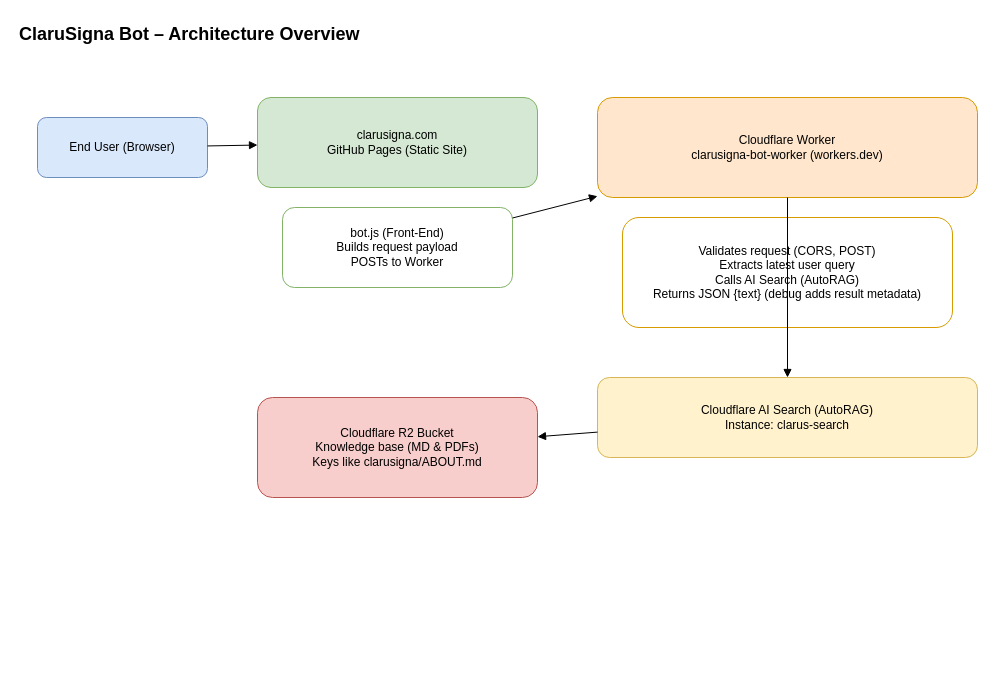
Above: assets/clarusigna-site/clarusigna-architecture.drawio in hpincham/portfolio (draw.io), before the change. Source tidied: cells renumbered, new cells numbered last; positions are measured from the earlier drawing's top-left corner, leaving out a move shared by most shapes. Both pictures are drawn from the tidied source at 100%, with x=0, y=0 at pixel (17, 17).
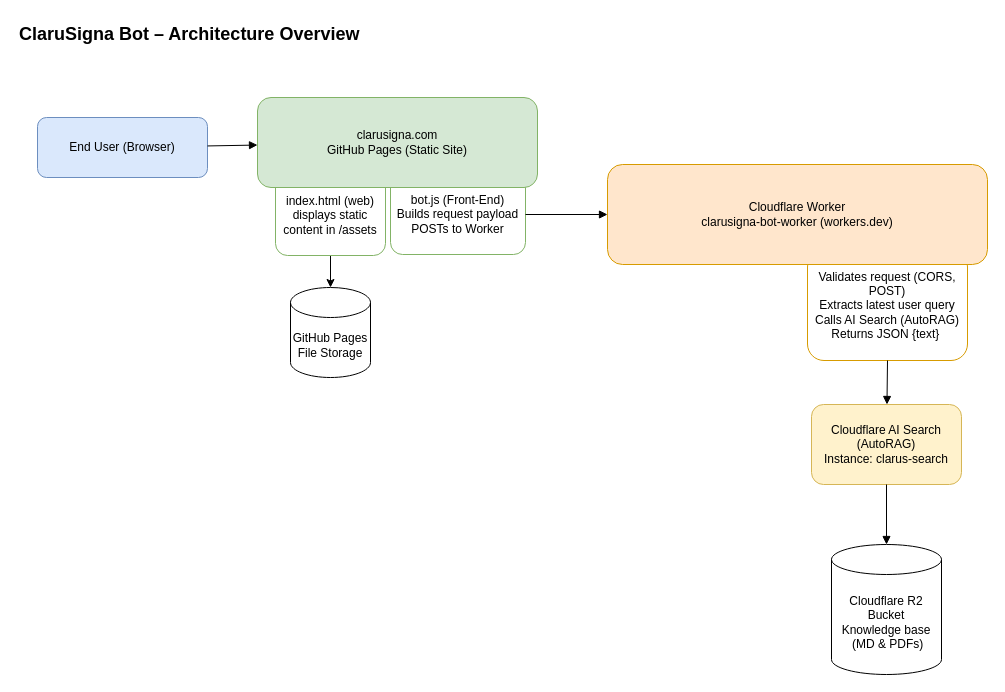
Above is the later version.

Diff of the diagram source:
```diff
@@
 <mxGraphModel>
   <root>
     <mxCell id="0" />
     <mxCell id="1" parent="0" />
+    <mxCell id="14" style="edgeStyle=orthogonalEdgeStyle;rounded=0;jettySize=auto;html=1;" parent="1" edge="1" source="15" target="17">
+      <mxGeometry relative="1" as="geometry" />
+    </mxCell>
+    <mxCell id="15" value="index.html (web) displays static content in /assets" style="rounded=1;whiteSpace=wrap;html=1;fillColor=#ffffff;strokeColor=#82b366;fontSize=12;" parent="1" vertex="1">
+      <mxGeometry x="258" y="158" width="110" height="80" as="geometry" />
+    </mxCell>
+    <mxCell id="5" value="bot.js (Front-End)&#10;Builds request payload&#10;POSTs to Worker" style="rounded=1;whiteSpace=wrap;html=1;fillColor=#ffffff;strokeColor=#82b366;fontSize=12;" parent="1" vertex="1">
+      <mxGeometry x="373" y="157" width="135" height="80" as="geometry" />
+    </mxCell>
+    <mxCell id="7" value="Validates request (CORS, POST)&lt;br&gt;Extracts latest user query&lt;br&gt;Calls AI Search (AutoRAG)&lt;br&gt;Returns JSON {text}&amp;nbsp;" style="rounded=1;whiteSpace=wrap;html=1;fillColor=#ffffff;strokeColor=#d79b00;fontSize=12;" parent="1" vertex="1">
+      <mxGeometry x="790" y="233" width="160" height="110" as="geometry" />
+    </mxCell>
     <mxCell id="2" value="ClaruSigna Bot – Architecture Overview" style="text;html=1;fontSize=18;fontStyle=1;" parent="1" vertex="1">
       <mxGeometry width="900" height="30" as="geometry" />
     </mxCell>
     <mxCell id="3" value="End User (Browser)" style="rounded=1;whiteSpace=wrap;html=1;fillColor=#dae8fc;strokeColor=#6c8ebf;fontSize=12;" parent="1" vertex="1">
       <mxGeometry x="20" y="100" width="170" height="60" as="geometry" />
     </mxCell>
     <mxCell id="4" value="clarusigna.com&#10;GitHub Pages (Static Site)" style="rounded=1;whiteSpace=wrap;html=1;fillColor=#d5e8d4;strokeColor=#82b366;fontSize=12;" parent="1" vertex="1">
       <mxGeometry x="240" y="80" width="280" height="90" as="geometry" />
     </mxCell>
-    <mxCell id="5" value="bot.js (Front-End)&#10;Builds request payload&#10;POSTs to Worker" style="rounded=1;whiteSpace=wrap;html=1;fillColor=#ffffff;strokeColor=#82b366;fontSize=12;" parent="1" vertex="1">
-      <mxGeometry x="265" y="190" width="230" height="80" as="geometry" />
-    </mxCell>
     <mxCell id="6" value="Cloudflare Worker&#10;clarusigna-bot-worker (workers.dev)" style="rounded=1;whiteSpace=wrap;html=1;fillColor=#ffe6cc;strokeColor=#d79b00;fontSize=12;" parent="1" vertex="1">
-      <mxGeometry x="580" y="80" width="380" height="100" as="geometry" />
+      <mxGeometry x="590" y="147" width="380" height="100" as="geometry" />
     </mxCell>
-    <mxCell id="7" value="Validates request (CORS, POST)&#10;Extracts latest user query&#10;Calls AI Search (AutoRAG)&#10;Returns JSON {text} (debug adds result metadata)" style="rounded=1;whiteSpace=wrap;html=1;fillColor=#ffffff;strokeColor=#d79b00;fontSize=12;" parent="1" vertex="1">
-      <mxGeometry x="605" y="200" width="330" height="110" as="geometry" />
-    </mxCell>
     <mxCell id="8" value="Cloudflare AI Search (AutoRAG)&#10;Instance: clarus-search" style="rounded=1;whiteSpace=wrap;html=1;fillColor=#fff2cc;strokeColor=#d6b656;fontSize=12;" parent="1" vertex="1">
-      <mxGeometry x="580" y="360" width="380" height="80" as="geometry" />
+      <mxGeometry x="794" y="387" width="150" height="80" as="geometry" />
     </mxCell>
-    <mxCell id="9" value="Cloudflare R2 Bucket&#10;Knowledge base (MD &amp; PDFs)&#10;Keys like clarusigna/ABOUT.md" style="rounded=1;whiteSpace=wrap;html=1;fillColor=#f8cecc;strokeColor=#b85450;fontSize=12;" parent="1" vertex="1">
-      <mxGeometry x="240" y="380" width="280" height="100" as="geometry" />
-    </mxCell>
     <mxCell id="10" style="endArrow=block;html=1;" parent="1" edge="1" source="3" target="4">
       <mxGeometry relative="1" as="geometry" />
     </mxCell>
     <mxCell id="11" style="endArrow=block;html=1;" parent="1" edge="1" source="5" target="6">
       <mxGeometry relative="1" as="geometry" />
     </mxCell>
-    <mxCell id="12" style="endArrow=block;html=1;" parent="1" edge="1" source="6" target="8">
+    <mxCell id="12" style="endArrow=block;html=1;exitX=0.5;exitY=1;exitDx=0;exitDy=0;" parent="1" edge="1" source="7" target="8">
       <mxGeometry relative="1" as="geometry" />
     </mxCell>
-    <mxCell id="13" style="endArrow=block;html=1;" parent="1" edge="1" source="8" target="9">
+    <mxCell id="13" style="endArrow=block;html=1;entryX=0.5;entryY=0;entryDx=0;entryDy=0;entryPerimeter=0;" parent="1" edge="1" source="8" target="16">
       <mxGeometry relative="1" as="geometry" />
     </mxCell>
+    <mxCell id="16" value="Cloudflare R2 Bucket&lt;br&gt;Knowledge base&lt;br&gt;&amp;nbsp;(MD &amp;amp; PDFs)" style="shape=cylinder3;whiteSpace=wrap;html=1;boundedLbl=1;backgroundOutline=1;size=15;" parent="1" vertex="1">
+      <mxGeometry x="814" y="527" width="110" height="130" as="geometry" />
+    </mxCell>
+    <mxCell id="17" value="GitHub Pages File Storage" style="shape=cylinder3;whiteSpace=wrap;html=1;boundedLbl=1;backgroundOutline=1;size=15;" parent="1" vertex="1">
+      <mxGeometry x="273" y="270" width="80" height="90" as="geometry" />
+    </mxCell>
   </root>
 </mxGraphModel>
```
